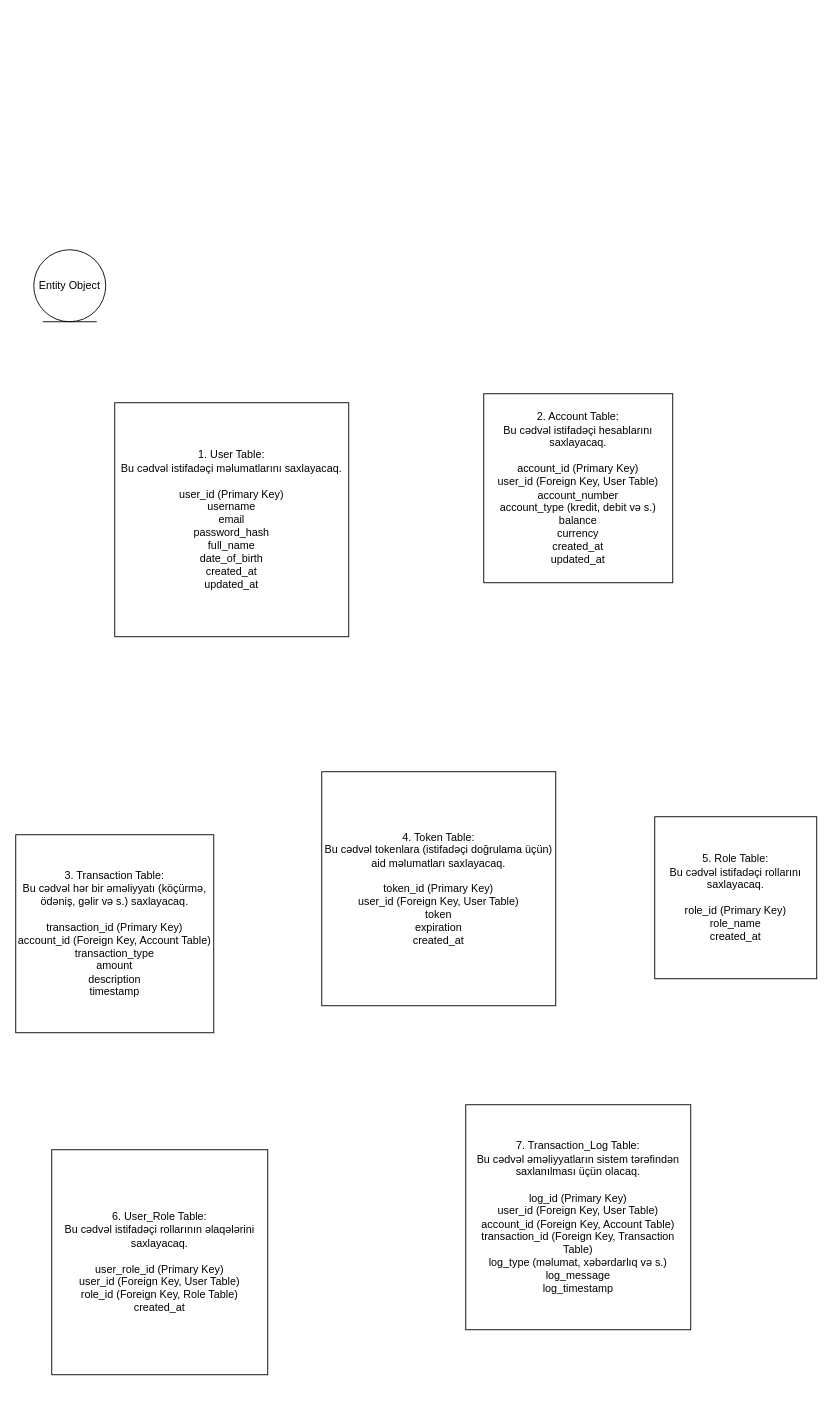
This is Başlıksız Diyagram.drawio from IntelligentCoderFA/MyNewProject, a draw.io file, before an edit. Source tidied: cells renumbered, new cells numbered last; positions are measured from the earlier drawing's top-left corner, leaving out a move shared by most shapes. Both pictures are drawn from the tidied source at 90%, with x=0, y=0 at pixel (15, 249).
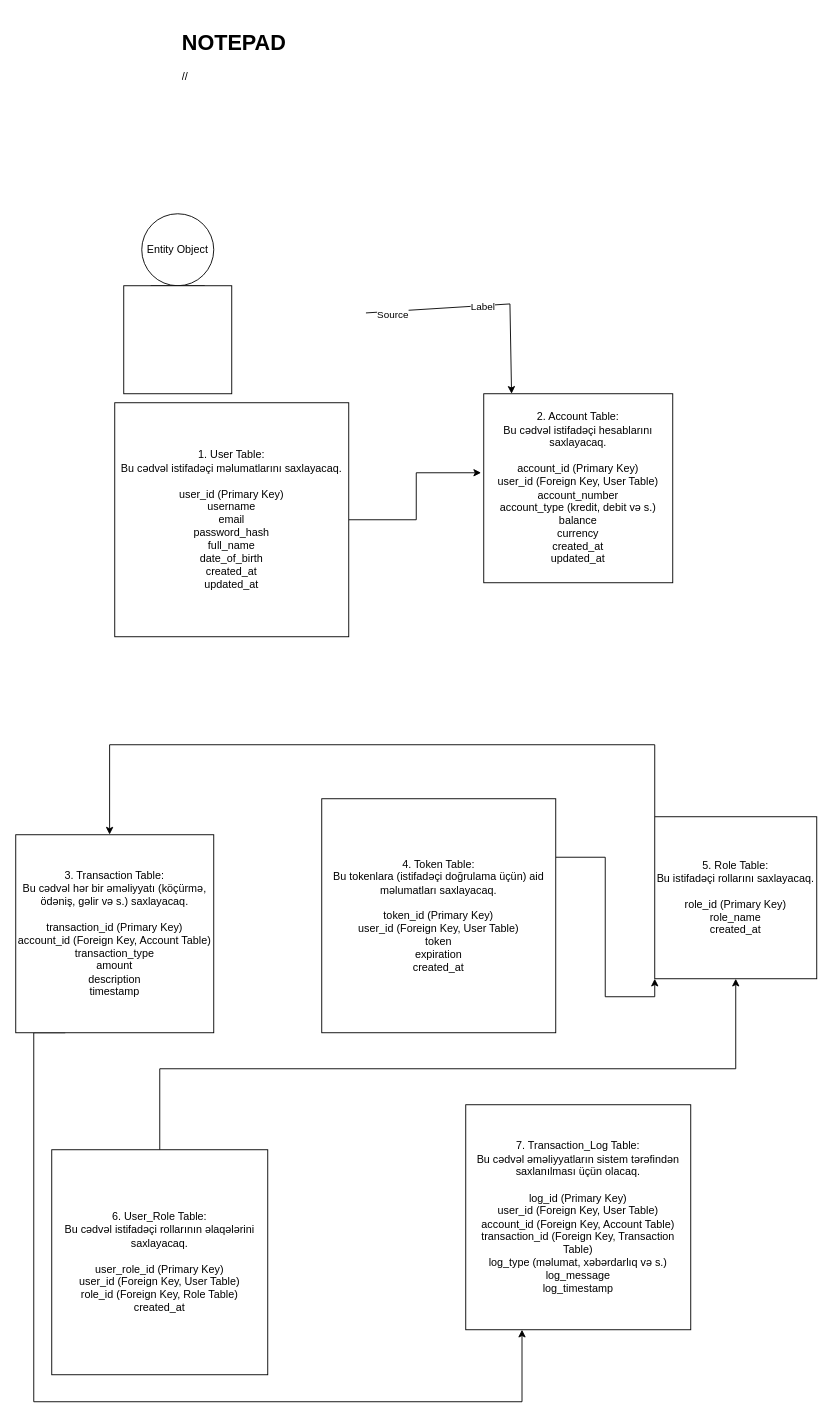
The same diagram, later.

The change refers to these unchanged cells:
```xml
<mxCell id="2" value="&lt;div&gt;1. User Table:&lt;/div&gt;&lt;div&gt;Bu cədvəl istifadəçi məlumatlarını saxlayacaq.&lt;/div&gt;&lt;div&gt;&lt;br&gt;&lt;/div&gt;&lt;div&gt;user_id (Primary Key)&lt;/div&gt;&lt;div&gt;username&lt;/div&gt;&lt;div&gt;email&lt;/div&gt;&lt;div&gt;password_hash&lt;/div&gt;&lt;div&gt;full_name&lt;/div&gt;&lt;div&gt;date_of_birth&lt;/div&gt;&lt;div&gt;created_at&lt;/div&gt;&lt;div&gt;updated_at&lt;/div&gt;" style="whiteSpace=wrap;html=1;" parent="1" vertex="1">
  <mxGeometry x="110" y="170" width="260" height="260" as="geometry" />
</mxCell>
<mxCell id="3" value="&lt;div&gt;2. Account Table:&lt;/div&gt;&lt;div&gt;Bu cədvəl istifadəçi hesablarını saxlayacaq.&lt;/div&gt;&lt;div&gt;&lt;br&gt;&lt;/div&gt;&lt;div&gt;account_id (Primary Key)&lt;/div&gt;&lt;div&gt;user_id (Foreign Key, User Table)&lt;/div&gt;&lt;div&gt;account_number&lt;/div&gt;&lt;div&gt;account_type (kredit, debit və s.)&lt;/div&gt;&lt;div&gt;balance&lt;/div&gt;&lt;div&gt;currency&lt;/div&gt;&lt;div&gt;created_at&lt;/div&gt;&lt;div&gt;updated_at&lt;/div&gt;" style="whiteSpace=wrap;html=1;" parent="1" vertex="1">
  <mxGeometry x="520" y="160" width="210" height="210" as="geometry" />
</mxCell>
<mxCell id="4" value="&lt;div&gt;3. Transaction Table:&lt;/div&gt;&lt;div&gt;Bu cədvəl hər bir əməliyyatı (köçürmə, ödəniş, gəlir və s.) saxlayacaq.&lt;/div&gt;&lt;div&gt;&lt;br&gt;&lt;/div&gt;&lt;div&gt;transaction_id (Primary Key)&lt;/div&gt;&lt;div&gt;account_id (Foreign Key, Account Table)&lt;/div&gt;&lt;div&gt;transaction_type&lt;/div&gt;&lt;div&gt;amount&lt;/div&gt;&lt;div&gt;description&lt;/div&gt;&lt;div&gt;timestamp&lt;/div&gt;" style="whiteSpace=wrap;html=1;" parent="1" vertex="1">
  <mxGeometry y="650" width="220" height="220" as="geometry" />
</mxCell>
<mxCell id="7" value="&lt;div&gt;6. User_Role Table:&lt;/div&gt;&lt;div&gt;Bu cədvəl istifadəçi rollarının əlaqələrini saxlayacaq.&lt;/div&gt;&lt;div&gt;&lt;br&gt;&lt;/div&gt;&lt;div&gt;user_role_id (Primary Key)&lt;/div&gt;&lt;div&gt;user_id (Foreign Key, User Table)&lt;/div&gt;&lt;div&gt;role_id (Foreign Key, Role Table)&lt;/div&gt;&lt;div&gt;created_at&lt;/div&gt;" style="rounded=0;whiteSpace=wrap;html=1;" parent="1" vertex="1">
  <mxGeometry x="40" y="1000" width="240" height="250" as="geometry" />
</mxCell>
<mxCell id="8" value="&lt;div&gt;7. Transaction_Log Table:&lt;/div&gt;&lt;div&gt;Bu cədvəl əməliyyatların sistem tərəfindən saxlanılması üçün olacaq.&lt;/div&gt;&lt;div&gt;&lt;br&gt;&lt;/div&gt;&lt;div&gt;log_id (Primary Key)&lt;/div&gt;&lt;div&gt;user_id (Foreign Key, User Table)&lt;/div&gt;&lt;div&gt;account_id (Foreign Key, Account Table)&lt;/div&gt;&lt;div&gt;transaction_id (Foreign Key, Transaction Table)&lt;/div&gt;&lt;div&gt;log_type (məlumat, xəbərdarlıq və s.)&lt;/div&gt;&lt;div&gt;log_message&lt;/div&gt;&lt;div&gt;log_timestamp&lt;/div&gt;" style="whiteSpace=wrap;html=1;" parent="1" vertex="1">
  <mxGeometry x="500" y="950" width="250" height="250" as="geometry" />
</mxCell>
```

The edit, as a diff of the source:
```diff
@@
+    <mxCell id="10" style="edgeStyle=orthogonalEdgeStyle;rounded=0;jettySize=auto;html=1;entryX=-0.014;entryY=0.418;entryDx=0;entryDy=0;entryPerimeter=0;" parent="1" edge="1" source="2" target="3">
+      <mxGeometry relative="1" as="geometry" />
+    </mxCell>
@@
+    <mxCell id="11" style="edgeStyle=orthogonalEdgeStyle;rounded=0;jettySize=auto;html=1;exitX=0.25;exitY=1;exitDx=0;exitDy=0;entryX=0.25;entryY=1;entryDx=0;entryDy=0;" parent="1" edge="1" source="4" target="8">
+      <mxGeometry relative="1" as="geometry">
+        <Array as="points">
+          <mxPoint x="20" y="870" />
+          <mxPoint x="20" y="1280" />
+          <mxPoint x="563" y="1280" />
+        </Array>
+      </mxGeometry>
+    </mxCell>
@@
+    <mxCell id="12" style="edgeStyle=orthogonalEdgeStyle;rounded=0;jettySize=auto;html=1;exitX=1;exitY=0.25;exitDx=0;exitDy=0;entryX=0;entryY=1;entryDx=0;entryDy=0;" parent="1" edge="1" source="5" target="6">
+      <mxGeometry relative="1" as="geometry" />
+    </mxCell>
-    <mxCell id="5" value="&lt;div&gt;4. Token Table:&lt;/div&gt;&lt;div&gt;Bu cədvəl tokenlara (istifadəçi doğrulama üçün) aid məlumatları saxlayacaq.&lt;/div&gt;&lt;div&gt;&lt;br&gt;&lt;/div&gt;&lt;div&gt;token_id (Primary Key)&lt;/div&gt;&lt;div&gt;user_id (Foreign Key, User Table)&lt;/div&gt;&lt;div&gt;token&lt;/div&gt;&lt;div&gt;expiration&lt;/div&gt;&lt;div&gt;created_at&lt;/div&gt;" style="whiteSpace=wrap;html=1;" parent="1" vertex="1">
-      <mxGeometry x="340" y="580" width="260" height="260" as="geometry" />
+    <mxCell id="5" value="&lt;div&gt;4. Token Table:&lt;/div&gt;&lt;div&gt;Bu tokenlara (istifadəçi doğrulama üçün) aid məlumatları saxlayacaq.&lt;/div&gt;&lt;div&gt;&lt;br&gt;&lt;/div&gt;&lt;div&gt;token_id (Primary Key)&lt;/div&gt;&lt;div&gt;user_id (Foreign Key, User Table)&lt;/div&gt;&lt;div&gt;token&lt;/div&gt;&lt;div&gt;expiration&lt;/div&gt;&lt;div&gt;created_at&lt;/div&gt;" style="whiteSpace=wrap;html=1;" parent="1" vertex="1">
+      <mxGeometry x="340" y="610" width="260" height="260" as="geometry" />
     </mxCell>
+    <mxCell id="13" style="edgeStyle=orthogonalEdgeStyle;rounded=0;jettySize=auto;html=1;exitX=0;exitY=0;exitDx=0;exitDy=0;entryX=0.474;entryY=-0.001;entryDx=0;entryDy=0;entryPerimeter=0;" parent="1" edge="1" source="6" target="4">
+      <mxGeometry relative="1" as="geometry">
+        <Array as="points">
+          <mxPoint x="710" y="550" />
+          <mxPoint x="104" y="550" />
+        </Array>
+      </mxGeometry>
+    </mxCell>
-    <mxCell id="6" value="&lt;div&gt;5. Role Table:&lt;/div&gt;&lt;div&gt;Bu cədvəl istifadəçi rollarını saxlayacaq.&lt;/div&gt;&lt;div&gt;&lt;br&gt;&lt;/div&gt;&lt;div&gt;role_id (Primary Key)&lt;/div&gt;&lt;div&gt;role_name&lt;/div&gt;&lt;div&gt;created_at&lt;/div&gt;" style="whiteSpace=wrap;html=1;" parent="1" vertex="1">
+    <mxCell id="6" value="&lt;div&gt;5. Role Table:&lt;/div&gt;&lt;div&gt;Bu&lt;span style=&quot;background-color: initial;&quot;&gt;&amp;nbsp;istifadəçi rollarını saxlayacaq.&lt;/span&gt;&lt;/div&gt;&lt;div&gt;&lt;br&gt;&lt;/div&gt;&lt;div&gt;role_id (Primary Key)&lt;/div&gt;&lt;div&gt;role_name&lt;/div&gt;&lt;div&gt;created_at&lt;/div&gt;" style="whiteSpace=wrap;html=1;" parent="1" vertex="1">
       <mxGeometry x="710" y="630" width="180" height="180" as="geometry" />
     </mxCell>
+    <mxCell id="14" style="edgeStyle=orthogonalEdgeStyle;rounded=0;jettySize=auto;html=1;entryX=0.5;entryY=1;entryDx=0;entryDy=0;" parent="1" edge="1" source="7" target="6">
+      <mxGeometry relative="1" as="geometry">
+        <Array as="points">
+          <mxPoint x="160" y="910" />
+          <mxPoint x="800" y="910" />
+        </Array>
+      </mxGeometry>
+    </mxCell>
@@
     <mxCell id="9" value="Entity Object" style="ellipse;shape=umlEntity;whiteSpace=wrap;html=1;" parent="1" vertex="1">
-      <mxGeometry x="20" width="80" height="80" as="geometry" />
+      <mxGeometry x="140" y="-40" width="80" height="80" as="geometry" />
     </mxCell>
+    <mxCell id="15" style="whiteSpace=wrap;html=1;" parent="1" vertex="1">
+      <mxGeometry x="120" y="40" width="120" height="120" as="geometry" />
+    </mxCell>
+    <mxCell id="16" value="&lt;h1&gt;NOTEPAD&lt;/h1&gt;&lt;p&gt;//&amp;nbsp;&lt;/p&gt;" style="text;html=1;strokeColor=none;fillColor=none;spacing=5;spacingTop=-20;whiteSpace=wrap;overflow=hidden;rounded=0;" parent="1" vertex="1">
+      <mxGeometry x="180" y="-250" width="590" height="120" as="geometry" />
+    </mxCell>
+    <mxCell id="17" style="endArrow=classic;html=1;rounded=0;entryX=0.056;entryY=-0.001;entryDx=0;entryDy=0;entryPerimeter=0;" parent="1" edge="1">
+      <mxGeometry relative="1" as="geometry">
+        <mxPoint x="389.1" y="70.2" as="sourcePoint" />
+        <mxPoint x="550.9" y="160" as="targetPoint" />
+        <Array as="points">
+          <mxPoint x="549.1" y="60.2" />
+        </Array>
+      </mxGeometry>
+    </mxCell>
+    <mxCell id="18" value="Label" style="edgeLabel;html=1;align=center;verticalAlign=middle;" parent="17" vertex="1">
+      <mxGeometry relative="1" as="geometry" />
+    </mxCell>
+    <mxCell id="19" value="Source" style="edgeLabel;html=1;align=left;verticalAlign=bottom;" parent="17" vertex="1">
+      <mxGeometry x="-1" relative="1" as="geometry">
+        <mxPoint x="11" y="10" as="offset" />
+      </mxGeometry>
+    </mxCell>
```
